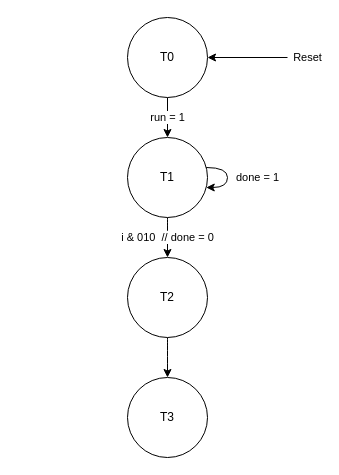
This is labs/lab9/L9P1/mealy_fsm.drawio from featherbear/UNSW-COMP3222, a draw.io file, before an edit. Source tidied: cells renumbered, new cells numbered last; positions are measured from the earlier drawing's top-left corner, leaving out a move shared by most shapes. Both pictures are drawn from the tidied source at 100%, with x=0, y=0 at pixel (127, 17).
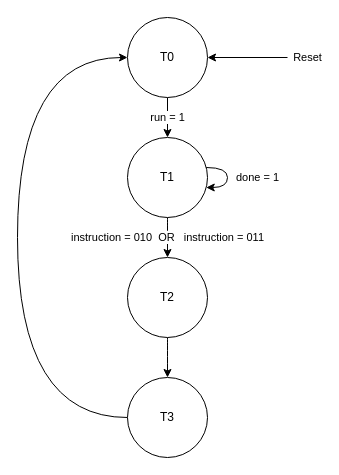
The same diagram, later.

Change to the diagram source:
```diff
@@
 <mxGraphModel>
   <root>
     <mxCell id="0" />
     <mxCell id="1" parent="0" />
     <mxCell id="2" value="run = 1" style="edgeStyle=orthogonalEdgeStyle;rounded=0;jettySize=auto;html=1;" parent="1" edge="1" source="3" target="5">
       <mxGeometry relative="1" as="geometry" />
     </mxCell>
     <mxCell id="3" value="T0" style="ellipse;whiteSpace=wrap;html=1;" parent="1" vertex="1">
       <mxGeometry width="80" height="80" as="geometry" />
     </mxCell>
-    <mxCell id="4" value="i &amp;amp; 010&amp;nbsp; // done = 0" style="edgeStyle=orthogonalEdgeStyle;curved=1;rounded=0;jettySize=auto;html=1;" parent="1" edge="1" source="5" target="7">
+    <mxCell id="4" value="instruction = 010&amp;nbsp; OR&amp;nbsp; &amp;nbsp;instruction = 011" style="edgeStyle=orthogonalEdgeStyle;curved=1;rounded=0;jettySize=auto;html=1;" parent="1" edge="1" source="5" target="7">
       <mxGeometry relative="1" as="geometry" />
     </mxCell>
     <mxCell id="5" value="T1" style="ellipse;whiteSpace=wrap;html=1;" parent="1" vertex="1">
       <mxGeometry y="120" width="80" height="80" as="geometry" />
     </mxCell>
     <mxCell id="6" style="edgeStyle=orthogonalEdgeStyle;curved=1;rounded=0;jettySize=auto;html=1;" parent="1" edge="1" source="7" target="8">
       <mxGeometry relative="1" as="geometry" />
     </mxCell>
     <mxCell id="7" value="T2" style="ellipse;whiteSpace=wrap;html=1;" parent="1" vertex="1">
       <mxGeometry y="240" width="80" height="80" as="geometry" />
     </mxCell>
+    <mxCell id="11" style="edgeStyle=orthogonalEdgeStyle;curved=1;rounded=0;jettySize=auto;html=1;" parent="1" edge="1" source="8" target="3">
+      <mxGeometry relative="1" as="geometry">
+        <Array as="points">
+          <mxPoint x="-110" y="400" />
+          <mxPoint x="-110" y="40" />
+        </Array>
+      </mxGeometry>
+    </mxCell>
     <mxCell id="8" value="T3" style="ellipse;whiteSpace=wrap;html=1;" parent="1" vertex="1">
       <mxGeometry y="360" width="80" height="80" as="geometry" />
     </mxCell>
     <mxCell id="9" value="Reset" style="endArrow=classic;html=1;entryX=1;entryY=0.5;entryDx=0;entryDy=0;" parent="1" edge="1" target="3">
       <mxGeometry x="-1" y="-20" relative="1" as="geometry">
         <mxPoint x="160" y="40" as="sourcePoint" />
         <mxPoint x="20" y="20" as="offset" />
       </mxGeometry>
     </mxCell>
     <mxCell id="10" value="done = 1" style="edgeStyle=orthogonalEdgeStyle;rounded=0;orthogonalLoop=1;jettySize=auto;html=1;curved=1;" parent="1" edge="1" source="5" target="5">
       <mxGeometry x="0.32" y="-32" relative="1" as="geometry">
         <mxPoint x="30" y="22" as="offset" />
       </mxGeometry>
     </mxCell>
   </root>
 </mxGraphModel>
```
